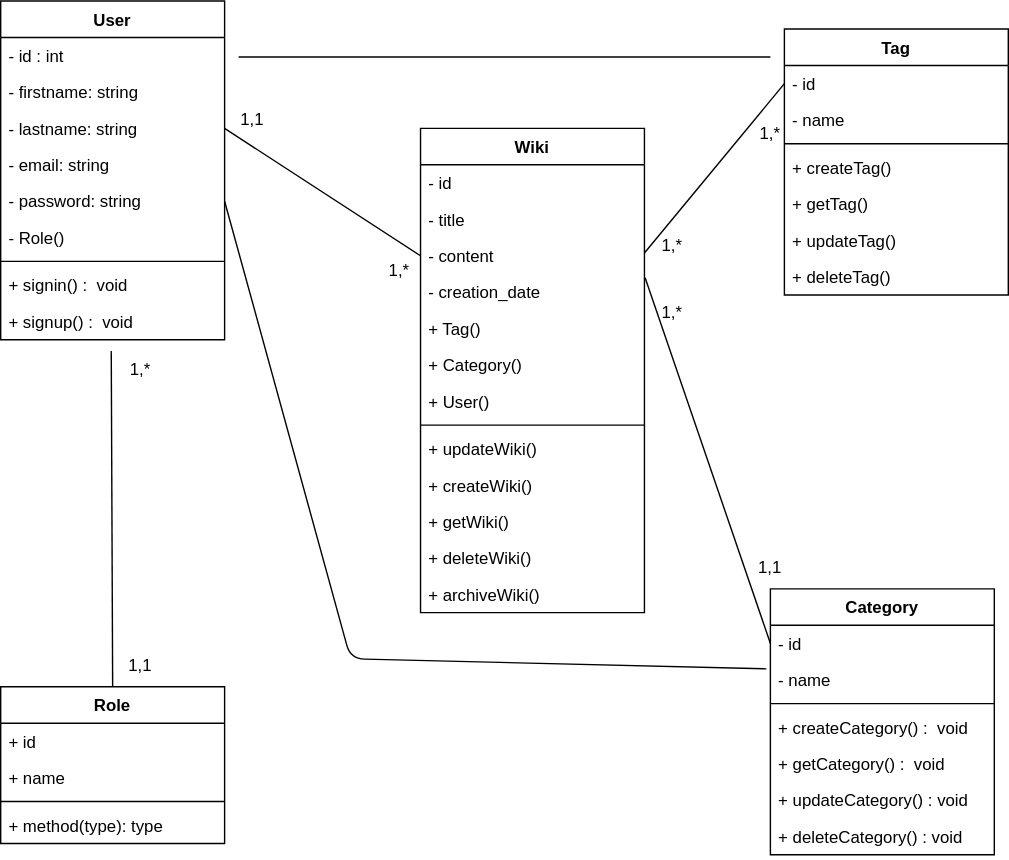
Above: DCLASS.drawio.svg in abdelalicode/WIKI (draw.io), before the change. Source tidied: cells renumbered, new cells last; positions are measured from the earlier drawing's top-left corner, leaving out a move shared by most shapes.
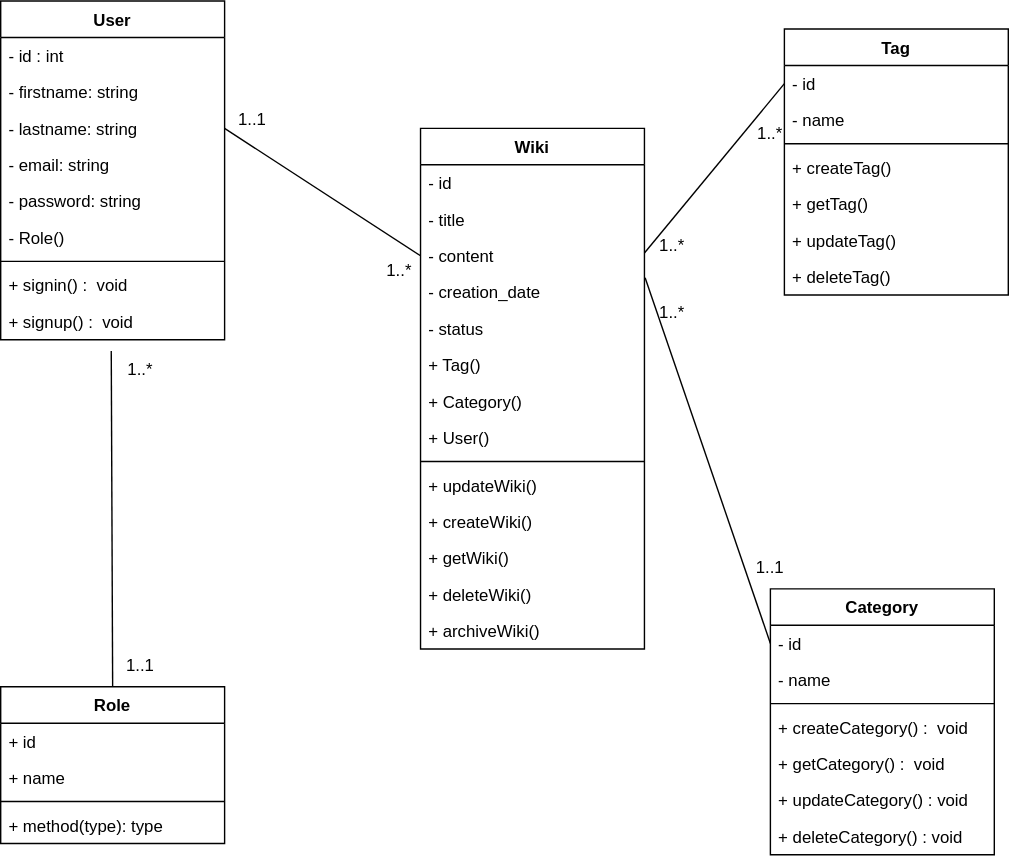
The same diagram one commit later.

Commit message:
Creation du Workflow et Ajout du diagramme cas d'utilisation

Change to the diagram source:
```diff
@@ -3,7 +3,7 @@
     <mxCell id="0" />
     <mxCell id="1" parent="0" />
     <mxCell id="2" value="Wiki" style="swimlane;fontStyle=1;align=center;verticalAlign=top;horizontal=1;startSize=26;" parent="1" vertex="1">
-      <mxGeometry x="300" y="91" width="160" height="346" as="geometry" />
+      <mxGeometry x="300" y="91" width="160" height="372" as="geometry" />
     </mxCell>
     <mxCell id="3" value="- id" style="text;strokeColor=none;fillColor=none;align=left;verticalAlign=top;spacingLeft=4;spacingRight=4;overflow=hidden;" parent="2" vertex="1">
       <mxGeometry y="26" width="160" height="26" as="geometry" />
@@ -17,32 +17,35 @@
     <mxCell id="6" value="- creation_date" style="text;strokeColor=none;fillColor=none;align=left;verticalAlign=top;spacingLeft=4;spacingRight=4;overflow=hidden;" parent="2" vertex="1">
       <mxGeometry y="104" width="160" height="26" as="geometry" />
     </mxCell>
+    <mxCell id="61" value="- status" style="text;strokeColor=none;fillColor=none;align=left;verticalAlign=top;spacingLeft=4;spacingRight=4;overflow=hidden;" parent="2" vertex="1">
+      <mxGeometry y="130" width="160" height="26" as="geometry" />
+    </mxCell>
     <mxCell id="7" value="+ Tag()" style="text;strokeColor=none;fillColor=none;align=left;verticalAlign=top;spacingLeft=4;spacingRight=4;overflow=hidden;" parent="2" vertex="1">
-      <mxGeometry y="130" width="160" height="26" as="geometry" />
+      <mxGeometry y="156" width="160" height="26" as="geometry" />
     </mxCell>
     <mxCell id="8" value="+ Category()" style="text;strokeColor=none;fillColor=none;align=left;verticalAlign=top;spacingLeft=4;spacingRight=4;overflow=hidden;" parent="2" vertex="1">
-      <mxGeometry y="156" width="160" height="26" as="geometry" />
+      <mxGeometry y="182" width="160" height="26" as="geometry" />
     </mxCell>
     <mxCell id="9" value="+ User()" style="text;strokeColor=none;fillColor=none;align=left;verticalAlign=top;spacingLeft=4;spacingRight=4;overflow=hidden;" parent="2" vertex="1">
-      <mxGeometry y="182" width="160" height="26" as="geometry" />
+      <mxGeometry y="208" width="160" height="26" as="geometry" />
     </mxCell>
     <mxCell id="10" style="line;strokeWidth=1;fillColor=none;align=left;verticalAlign=middle;spacingTop=-1;spacingLeft=3;spacingRight=3;labelPosition=right;strokeColor=inherit;" parent="2" vertex="1">
-      <mxGeometry y="208" width="160" height="8" as="geometry" />
+      <mxGeometry y="234" width="160" height="8" as="geometry" />
     </mxCell>
     <mxCell id="11" value="+ updateWiki()" style="text;strokeColor=none;fillColor=none;align=left;verticalAlign=top;spacingLeft=4;spacingRight=4;overflow=hidden;" parent="2" vertex="1">
-      <mxGeometry y="216" width="160" height="26" as="geometry" />
+      <mxGeometry y="242" width="160" height="26" as="geometry" />
     </mxCell>
     <mxCell id="12" value="+ createWiki()" style="text;strokeColor=none;fillColor=none;align=left;verticalAlign=top;spacingLeft=4;spacingRight=4;overflow=hidden;" parent="2" vertex="1">
-      <mxGeometry y="242" width="160" height="26" as="geometry" />
+      <mxGeometry y="268" width="160" height="26" as="geometry" />
     </mxCell>
     <mxCell id="13" value="+ getWiki()" style="text;strokeColor=none;fillColor=none;align=left;verticalAlign=top;spacingLeft=4;spacingRight=4;overflow=hidden;" parent="2" vertex="1">
-      <mxGeometry y="268" width="160" height="26" as="geometry" />
+      <mxGeometry y="294" width="160" height="26" as="geometry" />
     </mxCell>
     <mxCell id="14" value="+ deleteWiki()" style="text;strokeColor=none;fillColor=none;align=left;verticalAlign=top;spacingLeft=4;spacingRight=4;overflow=hidden;" parent="2" vertex="1">
-      <mxGeometry y="294" width="160" height="26" as="geometry" />
+      <mxGeometry y="320" width="160" height="26" as="geometry" />
     </mxCell>
     <mxCell id="15" value="+ archiveWiki()" style="text;strokeColor=none;fillColor=none;align=left;verticalAlign=top;spacingLeft=4;spacingRight=4;overflow=hidden;" parent="2" vertex="1">
-      <mxGeometry y="320" width="160" height="26" as="geometry" />
+      <mxGeometry y="346" width="160" height="26" as="geometry" />
     </mxCell>
     <mxCell id="16" value="Tag" style="swimlane;fontStyle=1;align=center;verticalAlign=top;horizontal=1;startSize=26;" parent="1" vertex="1">
       <mxGeometry x="560" y="20" width="160" height="190" as="geometry" />
@@ -153,41 +156,28 @@
     <mxCell id="50" style="endArrow=none;html=1;entryX=0;entryY=0.5;entryDx=0;entryDy=0;exitX=1.003;exitY=1.102;exitDx=0;exitDy=0;exitPerimeter=0;" parent="1" edge="1" source="5" target="25">
       <mxGeometry relative="1" as="geometry" />
     </mxCell>
-    <mxCell id="51" value="1,*" style="text;html=1;strokeColor=none;fillColor=none;align=center;verticalAlign=middle;whiteSpace=wrap;rounded=0;" parent="1" vertex="1">
+    <mxCell id="51" value="1..*" style="text;html=1;strokeColor=none;fillColor=none;align=center;verticalAlign=middle;whiteSpace=wrap;rounded=0;" parent="1" vertex="1">
       <mxGeometry x="255" y="178" width="60" height="30" as="geometry" />
     </mxCell>
-    <mxCell id="52" value="1,1" style="text;html=1;strokeColor=none;fillColor=none;align=center;verticalAlign=middle;whiteSpace=wrap;rounded=0;" parent="1" vertex="1">
+    <mxCell id="52" value="1..1" style="text;html=1;strokeColor=none;fillColor=none;align=center;verticalAlign=middle;whiteSpace=wrap;rounded=0;" parent="1" vertex="1">
       <mxGeometry x="150" y="70" width="60" height="30" as="geometry" />
     </mxCell>
-    <mxCell id="53" value="1,*" style="text;html=1;strokeColor=none;fillColor=none;align=center;verticalAlign=middle;whiteSpace=wrap;rounded=0;" parent="1" vertex="1">
+    <mxCell id="53" value="1..*" style="text;html=1;strokeColor=none;fillColor=none;align=center;verticalAlign=middle;whiteSpace=wrap;rounded=0;" parent="1" vertex="1">
       <mxGeometry x="70" y="249" width="60" height="30" as="geometry" />
     </mxCell>
-    <mxCell id="54" value="1,1" style="text;html=1;strokeColor=none;fillColor=none;align=center;verticalAlign=middle;whiteSpace=wrap;rounded=0;" parent="1" vertex="1">
+    <mxCell id="54" value="1..1" style="text;html=1;strokeColor=none;fillColor=none;align=center;verticalAlign=middle;whiteSpace=wrap;rounded=0;" parent="1" vertex="1">
       <mxGeometry x="70" y="460" width="60" height="30" as="geometry" />
     </mxCell>
-    <mxCell id="55" value="1,*" style="text;html=1;strokeColor=none;fillColor=none;align=center;verticalAlign=middle;whiteSpace=wrap;rounded=0;" parent="1" vertex="1">
+    <mxCell id="55" value="1..*" style="text;html=1;strokeColor=none;fillColor=none;align=center;verticalAlign=middle;whiteSpace=wrap;rounded=0;" parent="1" vertex="1">
       <mxGeometry x="520" y="80" width="60" height="30" as="geometry" />
     </mxCell>
-    <mxCell id="56" value="1,*" style="text;html=1;strokeColor=none;fillColor=none;align=center;verticalAlign=middle;whiteSpace=wrap;rounded=0;" parent="1" vertex="1">
+    <mxCell id="56" value="1..*" style="text;html=1;strokeColor=none;fillColor=none;align=center;verticalAlign=middle;whiteSpace=wrap;rounded=0;" parent="1" vertex="1">
       <mxGeometry x="450" y="160" width="60" height="30" as="geometry" />
     </mxCell>
-    <mxCell id="57" value="1,1" style="text;html=1;strokeColor=none;fillColor=none;align=center;verticalAlign=middle;whiteSpace=wrap;rounded=0;" parent="1" vertex="1">
+    <mxCell id="57" value="1..1" style="text;html=1;strokeColor=none;fillColor=none;align=center;verticalAlign=middle;whiteSpace=wrap;rounded=0;" parent="1" vertex="1">
       <mxGeometry x="520" y="390" width="60" height="30" as="geometry" />
     </mxCell>
-    <mxCell id="58" style="endArrow=none;html=1;exitX=1;exitY=0.5;exitDx=0;exitDy=0;entryX=-0.018;entryY=1.199;entryDx=0;entryDy=0;entryPerimeter=0;" parent="1" edge="1" source="37" target="25">
-      <mxGeometry relative="1" as="geometry">
-        <Array as="points">
-          <mxPoint x="250" y="470" />
-        </Array>
-      </mxGeometry>
-    </mxCell>
-    <mxCell id="59" style="endArrow=none;html=1;" parent="1" edge="1">
-      <mxGeometry relative="1" as="geometry">
-        <mxPoint x="170" y="40" as="sourcePoint" />
-        <mxPoint x="550" y="40" as="targetPoint" />
-      </mxGeometry>
-    </mxCell>
-    <mxCell id="60" value="1,*" style="text;html=1;strokeColor=none;fillColor=none;align=center;verticalAlign=middle;whiteSpace=wrap;rounded=0;" parent="1" vertex="1">
+    <mxCell id="60" value="1..*" style="text;html=1;strokeColor=none;fillColor=none;align=center;verticalAlign=middle;whiteSpace=wrap;rounded=0;" parent="1" vertex="1">
       <mxGeometry x="450" y="208" width="60" height="30" as="geometry" />
     </mxCell>
   </root>
```
